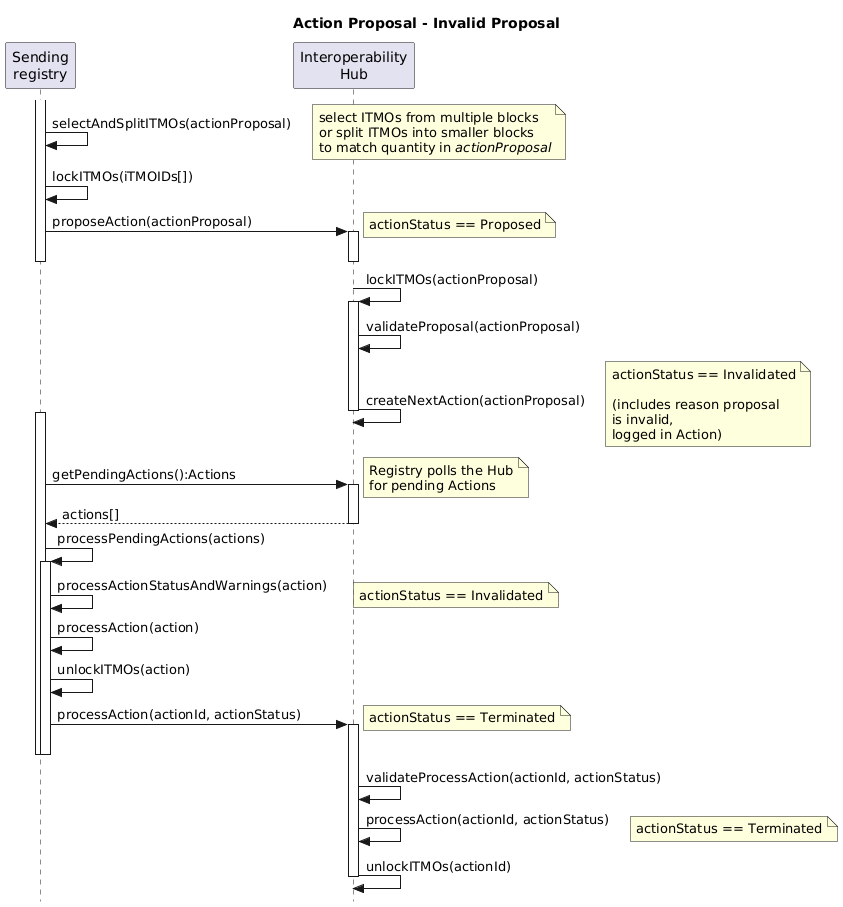
This is diagrams/actionProposal_Invalid_Sequence.png from frankcnng/CARP, a PlantUML export, as it was before one commit.
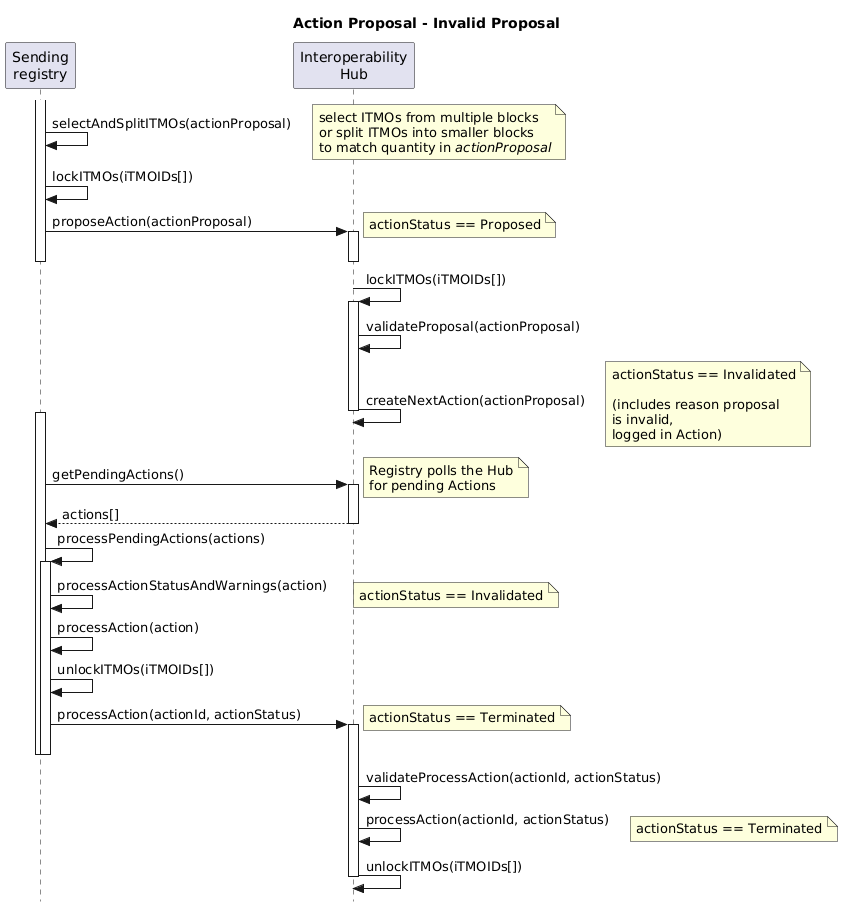
The same diagram one commit later.

Commit message:
Commit from GitHub Actions (Run linters and build artifacts)

The edit, as a diff of the source:
```diff
@@ -17,13 +17,13 @@
 deactivate Sender
 deactivate Hub
 
-Hub -> Hub++: lockITMOs(actionProposal)
+Hub -> Hub++: lockITMOs(iTMOIDs[])
 Hub -> Hub: validateProposal(actionProposal)
 Hub -> Hub--: createNextAction(actionProposal)
 note right: actionStatus == Invalidated\n\n(includes reason proposal\nis invalid,\nlogged in Action)
 
 activate Sender
-Sender -> Hub++ : getPendingActions():Actions
+Sender -> Hub++ : getPendingActions()
 note right: Registry polls the Hub\nfor pending Actions
 
 Sender <-- Hub: actions[]
@@ -35,7 +35,7 @@
 note right: actionStatus == Invalidated
 
 Sender -> Sender: processAction(action)
-Sender -> Sender: unlockITMOs(action)
+Sender -> Sender: unlockITMOs(iTMOIDs[])
 
 Sender -> Hub++: processAction(actionId, actionStatus)
 note right: actionStatus == Terminated
@@ -44,6 +44,6 @@
 Hub -> Hub: validateProcessAction(actionId, actionStatus)
 Hub -> Hub: processAction(actionId, actionStatus)
 note right: actionStatus == Terminated
-Hub -> Hub--: unlockITMOs(actionId)
+Hub -> Hub--: unlockITMOs(iTMOIDs[])
 
 @enduml
```
